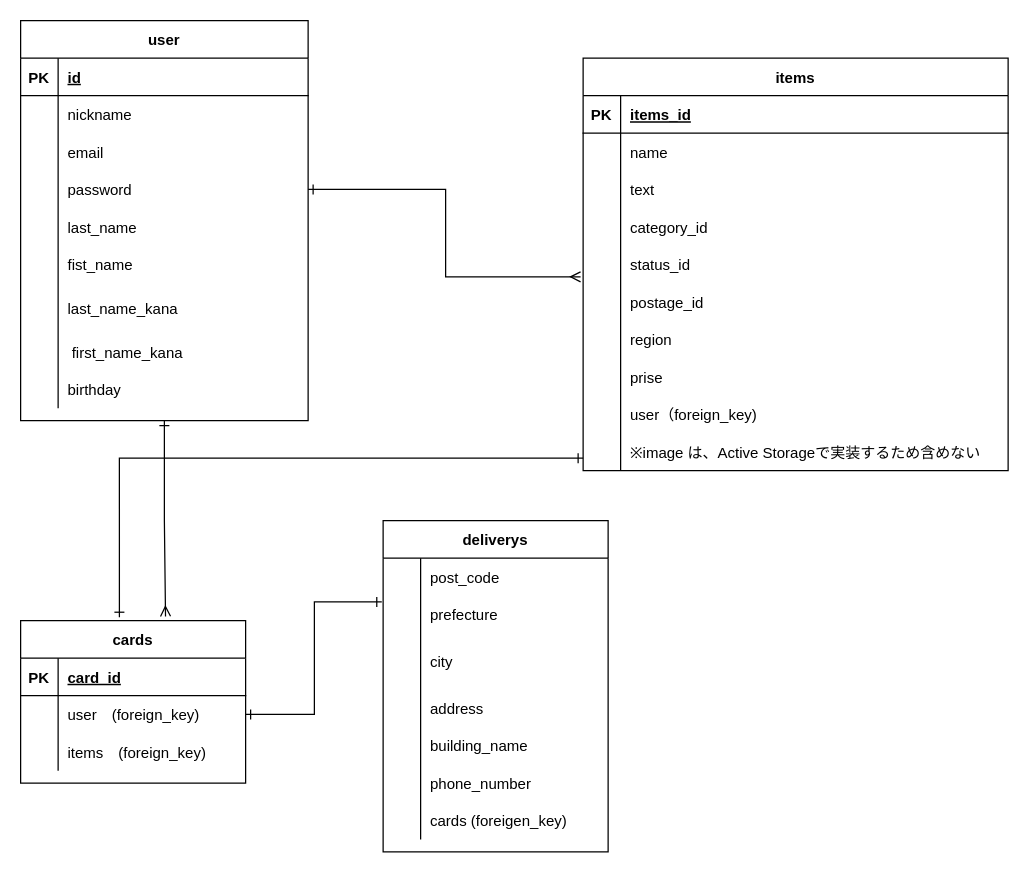
Above: furima.dio in hiromikagawa/furima-36904 (draw.io), before the change. Source tidied: cells renumbered, new cells numbered last; positions are measured from the earlier drawing's top-left corner, leaving out a move shared by most shapes. Both pictures are drawn from the tidied source at 125%, with x=0, y=0 at pixel (20, 20).
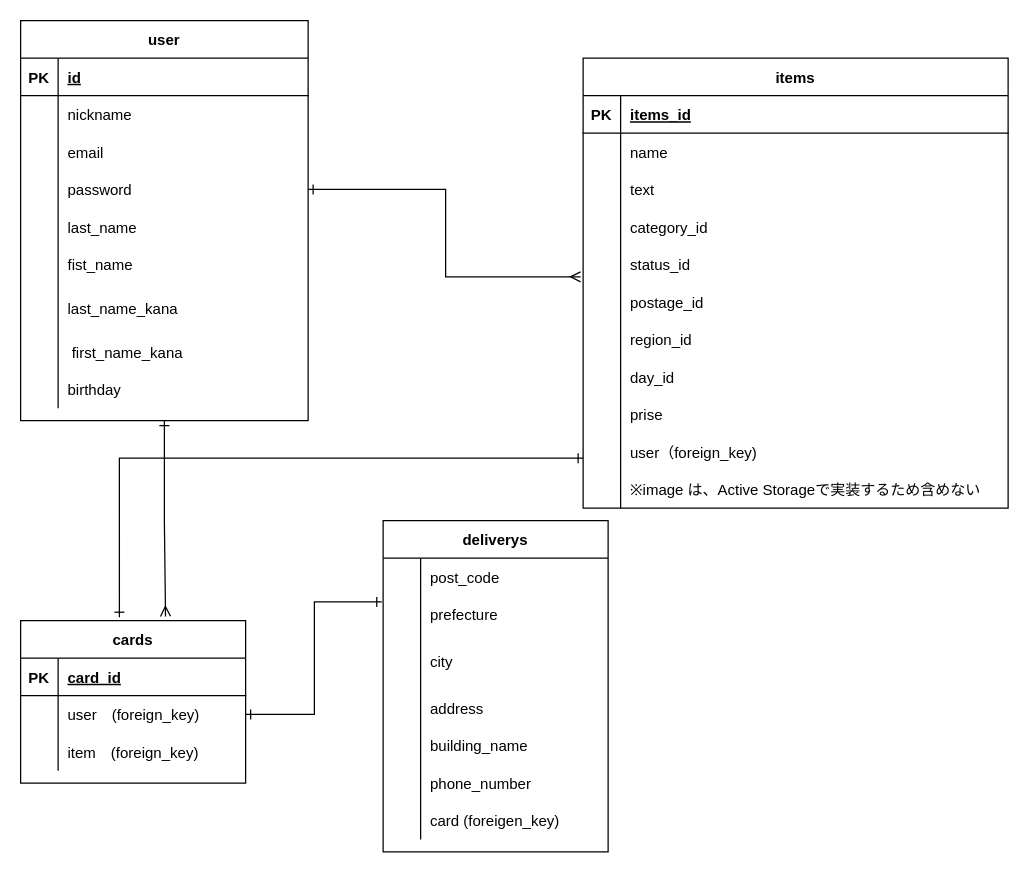
Above is the later version.

Unchanged cells that the change refers to:
```xml
<mxCell id="69" style="shape=partialRectangle;fillColor=none;top=0;left=0;bottom=0;right=0;" parent="62" vertex="1">
  <mxGeometry y="90" width="180" height="30" as="geometry" />
</mxCell>
<mxCell id="91" style="shape=partialRectangle;fillColor=none;top=0;left=0;bottom=0;right=0;" parent="72" vertex="1">
  <mxGeometry y="225" width="180" height="30" as="geometry" />
</mxCell>
```

Diff of the diagram source:
```diff
@@
     <mxCell id="31" value="items" style="shape=table;startSize=30;childLayout=tableLayout;rowLines=0;fontStyle=1;align=center;fillColor=none;" parent="1" vertex="1">
-      <mxGeometry x="450" y="30" width="340" height="330" as="geometry" />
+      <mxGeometry x="450" y="30" width="340" height="360" as="geometry" />
     </mxCell>
@@
+    <mxCell id="97" style="shape=partialRectangle;fillColor=none;top=0;left=0;bottom=0;right=0;" parent="31" vertex="1">
+      <mxGeometry y="210" width="340" height="30" as="geometry" />
+    </mxCell>
+    <mxCell id="98" style="shape=partialRectangle;fillColor=none;top=0;left=0;bottom=0;right=0;overflow=hidden;" parent="97" vertex="1">
+      <mxGeometry width="30" height="30" as="geometry" />
+    </mxCell>
+    <mxCell id="99" value="region_id" style="shape=partialRectangle;fillColor=none;top=0;left=0;bottom=0;right=0;align=left;spacingLeft=6;overflow=hidden;" parent="97" vertex="1">
+      <mxGeometry x="30" width="310" height="30" as="geometry" />
+    </mxCell>
     <mxCell id="50" style="shape=partialRectangle;fillColor=none;top=0;left=0;bottom=0;right=0;" parent="31" vertex="1">
-      <mxGeometry y="210" width="340" height="30" as="geometry" />
+      <mxGeometry y="240" width="340" height="30" as="geometry" />
     </mxCell>
@@
-    <mxCell id="52" value="region" style="shape=partialRectangle;fillColor=none;top=0;left=0;bottom=0;right=0;align=left;spacingLeft=6;overflow=hidden;" parent="50" vertex="1">
+    <mxCell id="52" value="day_id" style="shape=partialRectangle;fillColor=none;top=0;left=0;bottom=0;right=0;align=left;spacingLeft=6;overflow=hidden;" parent="50" vertex="1">
       <mxGeometry x="30" width="310" height="30" as="geometry" />
     </mxCell>
     <mxCell id="53" style="shape=partialRectangle;fillColor=none;top=0;left=0;bottom=0;right=0;" parent="31" vertex="1">
-      <mxGeometry y="240" width="340" height="30" as="geometry" />
+      <mxGeometry y="270" width="340" height="30" as="geometry" />
     </mxCell>
@@
     <mxCell id="56" style="shape=partialRectangle;fillColor=none;top=0;left=0;bottom=0;right=0;" parent="31" vertex="1">
-      <mxGeometry y="270" width="340" height="30" as="geometry" />
+      <mxGeometry y="300" width="340" height="30" as="geometry" />
     </mxCell>
@@
     <mxCell id="59" style="shape=partialRectangle;fillColor=none;top=0;left=0;bottom=0;right=0;" parent="31" vertex="1">
-      <mxGeometry y="300" width="340" height="30" as="geometry" />
+      <mxGeometry y="330" width="340" height="30" as="geometry" />
     </mxCell>
@@
-    <mxCell id="71" value="items　(foreign_key)" style="shape=partialRectangle;fillColor=none;top=0;left=0;bottom=0;right=0;align=left;spacingLeft=6;overflow=hidden;" parent="69" vertex="1">
+    <mxCell id="71" value="item　(foreign_key)" style="shape=partialRectangle;fillColor=none;top=0;left=0;bottom=0;right=0;align=left;spacingLeft=6;overflow=hidden;" parent="69" vertex="1">
       <mxGeometry x="30" width="150" height="30" as="geometry" />
     </mxCell>
@@
-    <mxCell id="93" value="cards (foreigen_key)" style="shape=partialRectangle;fillColor=none;top=0;left=0;bottom=0;right=0;align=left;spacingLeft=6;overflow=hidden;" parent="91" vertex="1">
+    <mxCell id="93" value="card (foreigen_key)" style="shape=partialRectangle;fillColor=none;top=0;left=0;bottom=0;right=0;align=left;spacingLeft=6;overflow=hidden;" parent="91" vertex="1">
       <mxGeometry x="30" width="150" height="30" as="geometry" />
     </mxCell>
```
